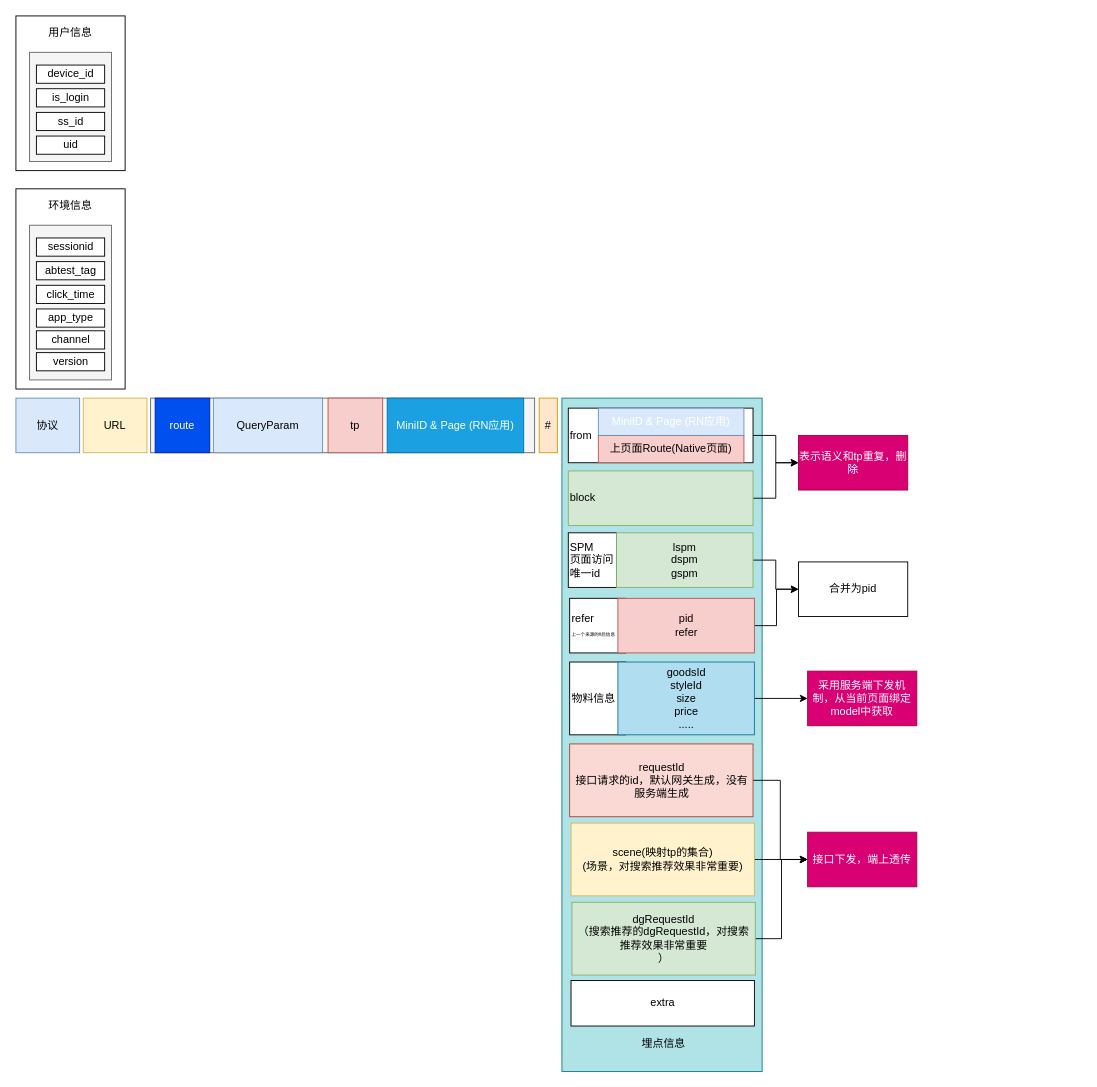
Before: Untitled Diagram.drawio in aiquantong/Hexo, a draw.io diagram. Source tidied: cells renumbered, new cells numbered last; positions are measured from the earlier drawing's top-left corner, leaving out a move shared by most shapes. Both pictures are drawn from the tidied source at 91%, with x=0, y=0 at pixel (15, 15).
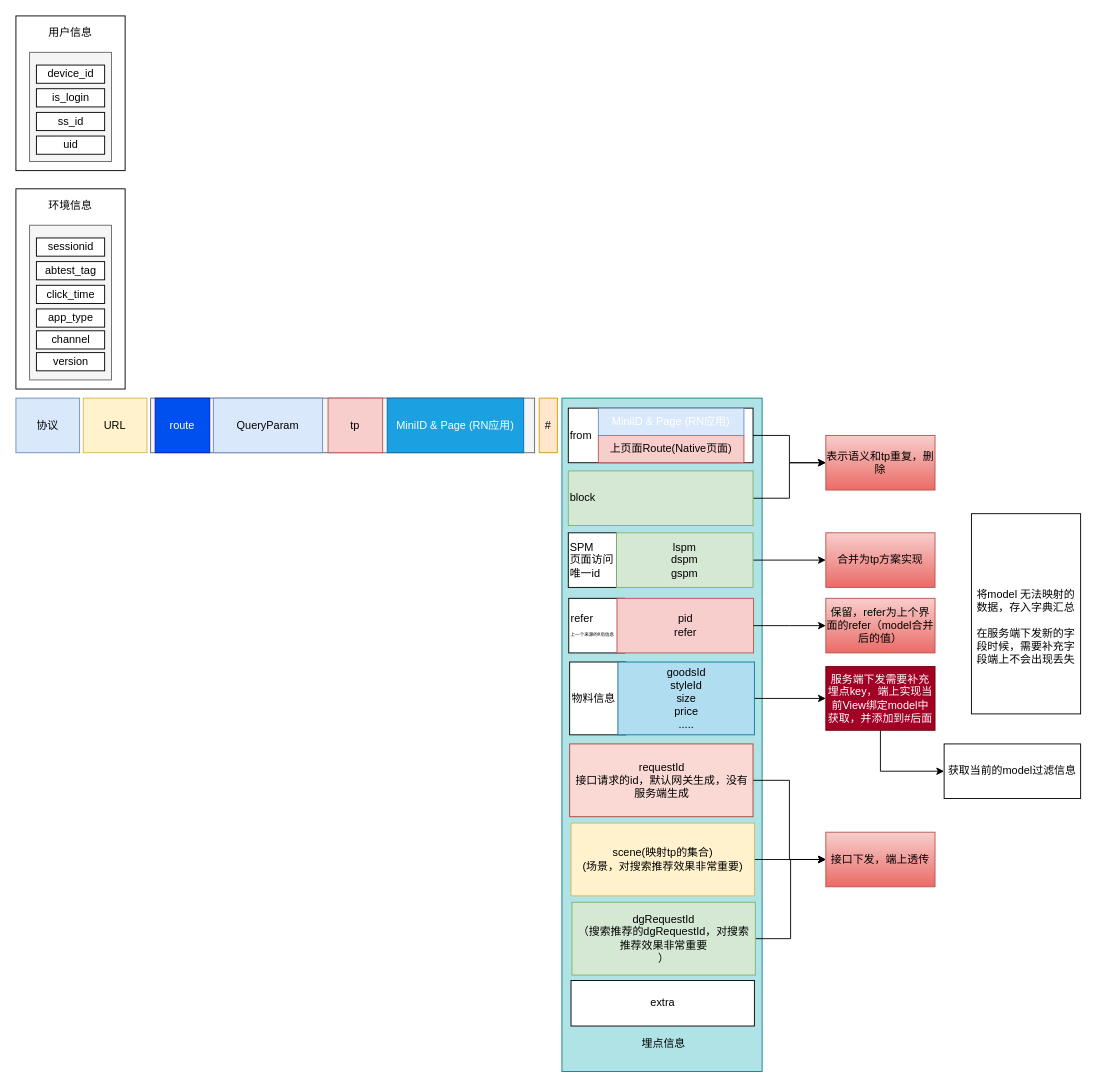
Above is the later version.

Change to the diagram source:
```diff
@@
     <mxCell id="36" value="refer&lt;br&gt;&lt;font style=&quot;font-size: 5px&quot;&gt;上一个来源的#后信息&lt;/font&gt;" style="rounded=0;whiteSpace=wrap;html=1;align=left;" parent="1" vertex="1">
-      <mxGeometry x="608.5" y="640" width="61.5" height="60" as="geometry" />
+      <mxGeometry x="607.5" y="640" width="61.5" height="60" as="geometry" />
     </mxCell>
-    <mxCell id="37" style="edgeStyle=orthogonalEdgeStyle;rounded=0;jettySize=auto;html=1;entryX=0;entryY=0.5;entryDx=0;entryDy=0;" parent="1" edge="1" source="38" target="51">
-      <mxGeometry relative="1" as="geometry" />
-    </mxCell>
     <mxCell id="38" value="pid&lt;br&gt;refer" style="rounded=0;whiteSpace=wrap;html=1;fillColor=#f8cecc;strokeColor=#b85450;" parent="1" vertex="1">
-      <mxGeometry x="661.5" y="640" width="150" height="60" as="geometry" />
+      <mxGeometry x="660.5" y="640" width="150" height="60" as="geometry" />
     </mxCell>
@@
-    <mxCell id="50" value="表示语义和tp重复，删除" style="rounded=0;whiteSpace=wrap;html=1;align=center;fillColor=#d80073;strokeColor=#A50040;fontColor=#ffffff;" parent="1" vertex="1">
-      <mxGeometry x="860" y="461" width="120" height="60" as="geometry" />
+    <mxCell id="50" value="表示语义和tp重复，删除" style="rounded=0;whiteSpace=wrap;html=1;align=center;fillColor=#f8cecc;strokeColor=#b85450;gradientColor=#ea6b66;" parent="1" vertex="1">
+      <mxGeometry x="890" y="461" width="120" height="60" as="geometry" />
     </mxCell>
-    <mxCell id="51" value="合并为pid" style="rounded=0;whiteSpace=wrap;html=1;align=center;" parent="1" vertex="1">
-      <mxGeometry x="860" y="600" width="120" height="60" as="geometry" />
+    <mxCell id="51" value="合并为tp方案实现" style="rounded=0;whiteSpace=wrap;html=1;align=center;fillColor=#f8cecc;strokeColor=#b85450;gradientColor=#ea6b66;" parent="1" vertex="1">
+      <mxGeometry x="890" y="568" width="120" height="60" as="geometry" />
     </mxCell>
+    <mxCell id="54" style="edgeStyle=orthogonalEdgeStyle;rounded=0;jettySize=auto;html=1;exitX=0.5;exitY=1;exitDx=0;exitDy=0;entryX=0;entryY=0.5;entryDx=0;entryDy=0;" parent="1" edge="1" source="52" target="56">
+      <mxGeometry relative="1" as="geometry" />
+    </mxCell>
-    <mxCell id="52" value="采用服务端下发机制，从当前页面绑定model中获取" style="rounded=0;whiteSpace=wrap;html=1;align=center;fillColor=#d80073;strokeColor=#A50040;fontColor=#ffffff;" parent="1" vertex="1">
-      <mxGeometry x="870" y="720" width="120" height="60" as="geometry" />
+    <mxCell id="52" value="服务端下发需要补充埋点key，端上实现当前View绑定model中获取，并添加到#后面" style="rounded=0;whiteSpace=wrap;html=1;align=center;fillColor=#a20025;strokeColor=#6F0000;fontColor=#ffffff;" parent="1" vertex="1">
+      <mxGeometry x="890" y="715" width="120" height="70" as="geometry" />
     </mxCell>
-    <mxCell id="53" value="接口下发，端上透传" style="rounded=0;whiteSpace=wrap;html=1;align=center;fillColor=#d80073;strokeColor=#A50040;fontColor=#ffffff;" parent="1" vertex="1">
-      <mxGeometry x="870" y="897" width="120" height="60" as="geometry" />
+    <mxCell id="53" value="接口下发，端上透传" style="rounded=0;whiteSpace=wrap;html=1;align=center;fillColor=#f8cecc;strokeColor=#b85450;gradientColor=#ea6b66;" parent="1" vertex="1">
+      <mxGeometry x="890" y="897" width="120" height="60" as="geometry" />
     </mxCell>
+    <mxCell id="55" value="&lt;br&gt;&lt;br&gt;将model 无法映射的数据，存入字典汇总&lt;br&gt;&lt;br&gt;在服务端下发新的字段时候，需要补充字段端上不会出现丢失" style="rounded=0;whiteSpace=wrap;html=1;" parent="1" vertex="1">
+      <mxGeometry x="1050" y="547" width="120" height="220" as="geometry" />
+    </mxCell>
+    <mxCell id="56" value="获取当前的model过滤信息" style="rounded=0;whiteSpace=wrap;html=1;align=center;" parent="1" vertex="1">
+      <mxGeometry x="1020" y="800" width="150" height="60" as="geometry" />
+    </mxCell>
+    <mxCell id="57" value="保留，refer为上个界面的refer（model合并后的值）" style="rounded=0;whiteSpace=wrap;html=1;align=center;fillColor=#f8cecc;strokeColor=#b85450;gradientColor=#ea6b66;" parent="1" vertex="1">
+      <mxGeometry x="890" y="640" width="120" height="60" as="geometry" />
+    </mxCell>
+    <mxCell id="58" style="edgeStyle=orthogonalEdgeStyle;rounded=0;jettySize=auto;html=1;exitX=1;exitY=0.5;exitDx=0;exitDy=0;" parent="1" edge="1" source="38">
+      <mxGeometry relative="1" as="geometry">
+        <mxPoint x="890" y="670" as="targetPoint" />
+      </mxGeometry>
+    </mxCell>
```
